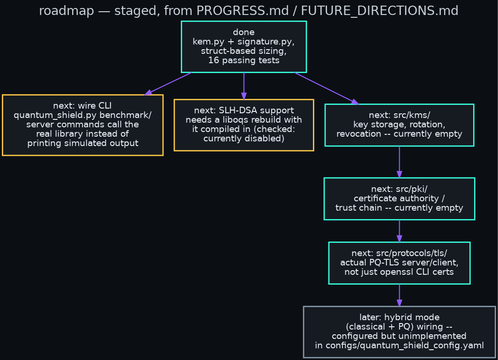
The Graphviz diagram diagrams/06-roadmap.png in danindiana/quantum-shield, before a commit. Its source is kept beside it as diagrams/06-roadmap.dot.
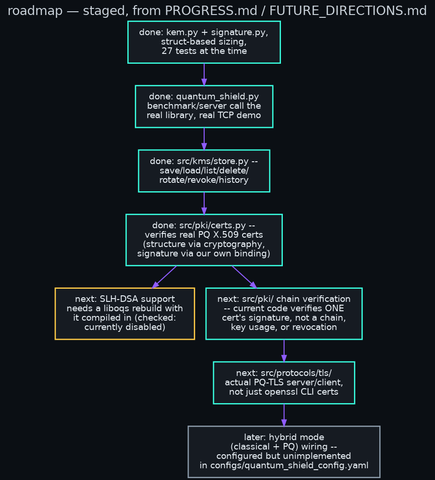
Above is the later version.

Diff of the diagram source:
```diff
@@ -9,18 +9,19 @@
   node [style=filled, fillcolor="#161b22", color="#39ffe0", fontcolor="#e6edf3", fontname="Helvetica", penwidth=2, shape=box, margin="0.25,0.15"];
   edge [color="#8f5cff", fontcolor="#c9d1d9", fontname="Helvetica", penwidth=1.6, fontsize=11];
 
-  done [label="done\nkem.py + signature.py,\nstruct-based sizing,\n16 passing tests", color="#39ffe0"];
-  next1 [label="next: wire CLI\nquantum_shield.py benchmark/\nserver commands call the\nreal library instead of\nprinting simulated output", color="#ffcb47"];
-  next2 [label="next: SLH-DSA support\nneeds a liboqs rebuild with\nit compiled in (checked:\ncurrently disabled)", color="#ffcb47"];
-  next3 [label="next: src/kms/\nkey storage, rotation,\nrevocation -- currently empty"];
-  next4 [label="next: src/pki/\ncertificate authority /\ntrust chain -- currently empty"];
-  next5 [label="next: src/protocols/tls/\nactual PQ-TLS server/client,\nnot just openssl CLI certs"];
+  done1 [label="done: kem.py + signature.py,\nstruct-based sizing,\n27 tests at the time", color="#39ffe0"];
+  done2 [label="done: quantum_shield.py\nbenchmark/server call the\nreal library, real TCP demo", color="#39ffe0"];
+  done3 [label="done: src/kms/store.py --\nsave/load/list/delete/\nrotate/revoke/history", color="#39ffe0"];
+  done4 [label="done: src/pki/certs.py --\nverifies real PQ X.509 certs\n(structure via cryptography,\nsignature via our own binding)", color="#39ffe0"];
+
+  next1 [label="next: SLH-DSA support\nneeds a liboqs rebuild with\nit compiled in (checked:\ncurrently disabled)", color="#ffcb47"];
+  next2 [label="next: src/pki/ chain verification\n-- current code verifies ONE\ncert's signature, not a chain,\nkey usage, or revocation"];
+  next3 [label="next: src/protocols/tls/\nactual PQ-TLS server/client,\nnot just openssl CLI certs"];
   hybrid [label="later: hybrid mode\n(classical + PQ) wiring --\nconfigured but unimplemented\nin configs/quantum_shield_config.yaml", color="#8a99a8"];
 
-  done -> next1;
-  done -> next2;
-  done -> next3;
-  next3 -> next4;
-  next4 -> next5;
-  next5 -> hybrid;
+  done1 -> done2 -> done3 -> done4;
+  done4 -> next1;
+  done4 -> next2;
+  next2 -> next3;
+  next3 -> hybrid;
 }
```
